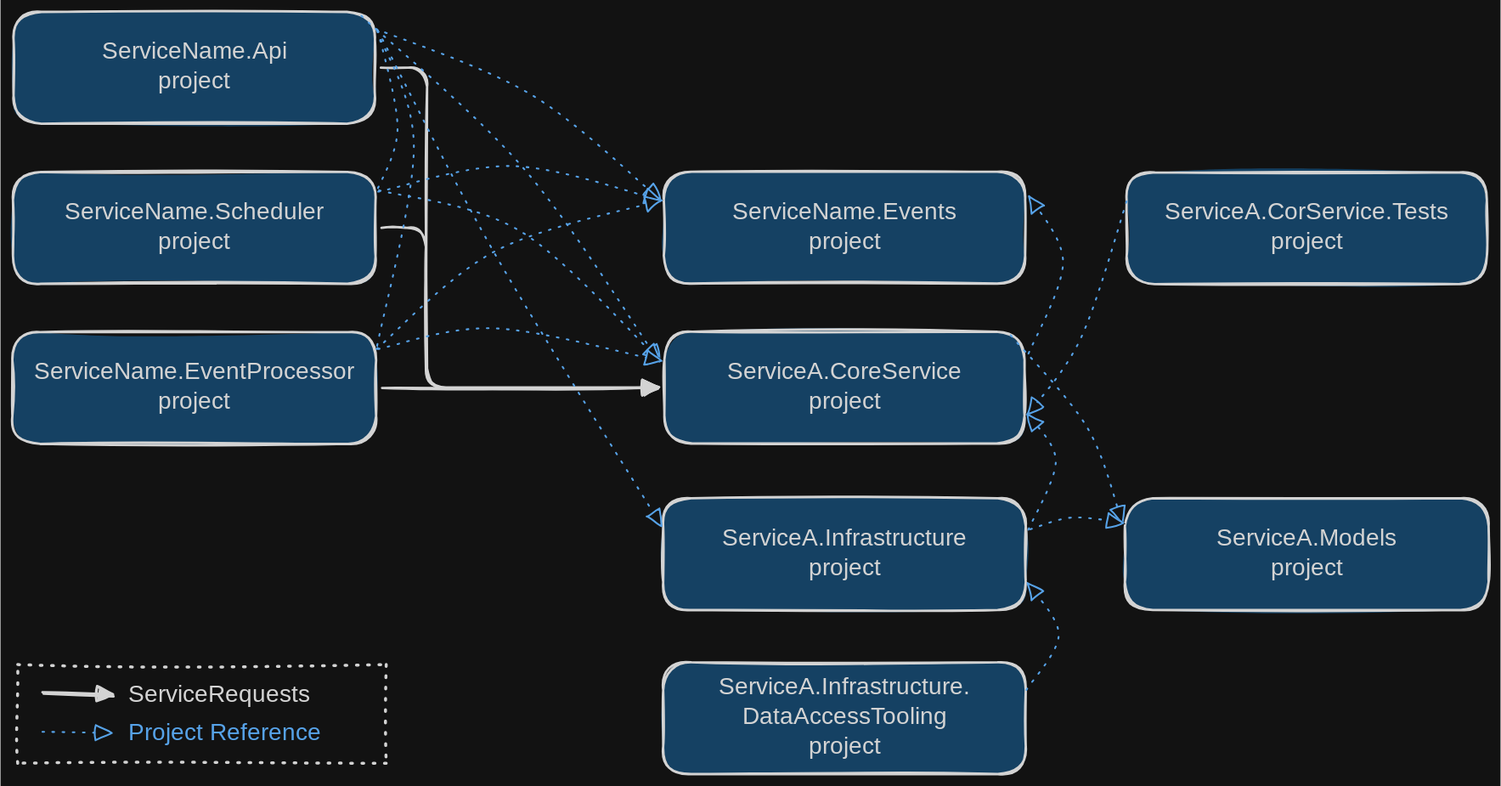
This is resources/schemas/CatServiceProjectStructure.excalidraw.svg from gmarginet/CleanArchitectureToolkit, a Excalidraw export, as it was before one commit. Source tidied: one line per element, renumbered; positions are measured from the earlier drawing's top-left corner, leaving out a move shared by most shapes.
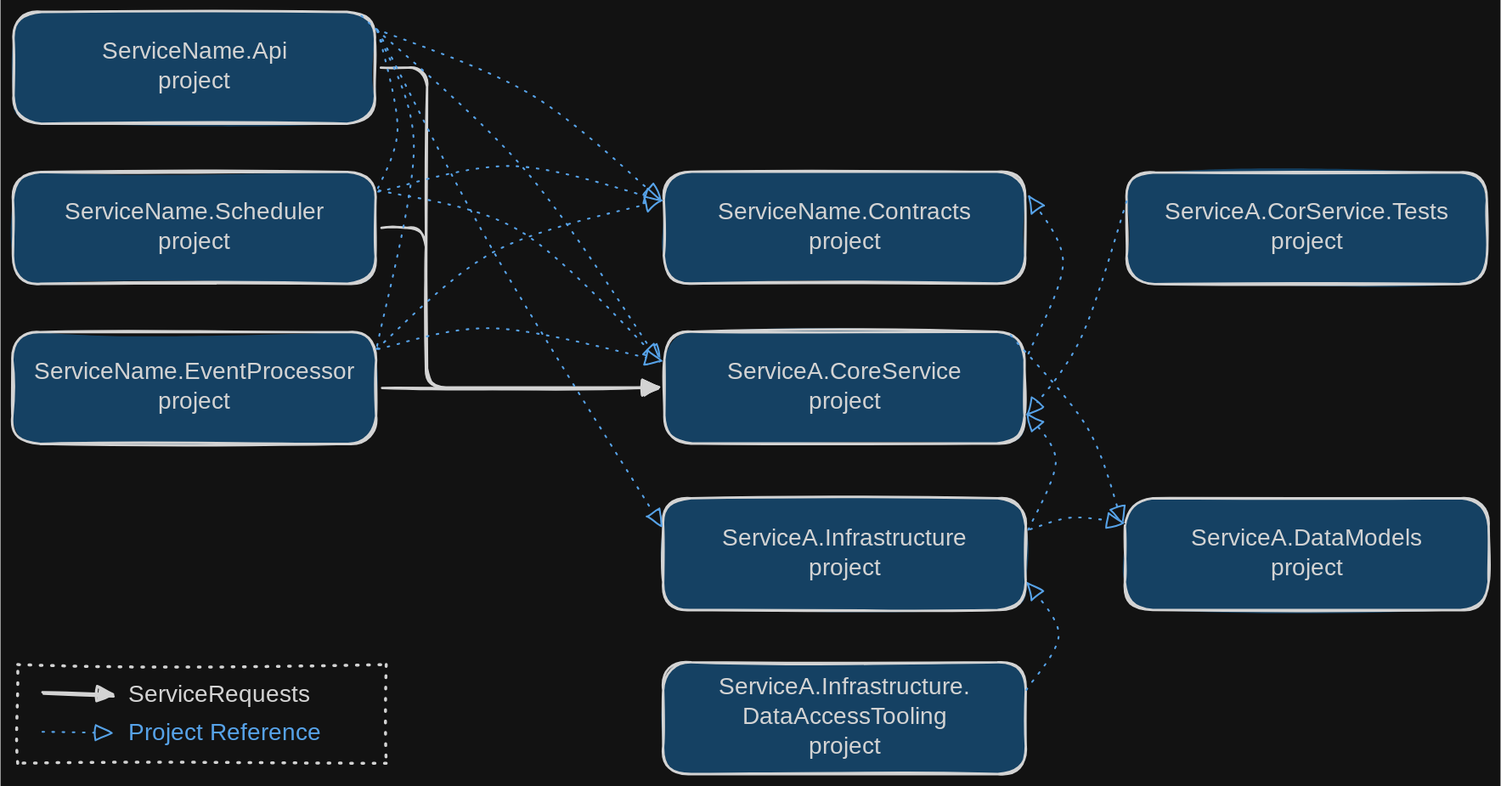
After the commit.

Diff of the diagram source:
```diff
@@ -7,11 +7,11 @@
 {"id": 6, "type": "arrow", "strokeColor": "#1e1e1e", "strokeWidth": 2, "roughness": 1, "endArrowhead": "triangle", "from": 2, "to": 4, "x": 310, "y": 47, "width": 234, "height": 269, "points": [[0, 0], [39, 0], [39, 269], [234, 269]]}
 {"id": 7, "type": "arrow", "strokeColor": "#1e1e1e", "strokeWidth": 2, "roughness": 1, "endArrowhead": "triangle", "from": 0, "to": 4, "x": 310, "y": 182, "width": 233, "height": 134, "points": [[0, 0], [37, 0], [37, 134], [233, 134]]}
 {"id": 8, "type": "rectangle", "strokeColor": "#1e1e1e", "backgroundColor": "#a5d8ff", "fillStyle": "solid", "strokeWidth": 2, "roughness": 1, "round": true, "x": 548, "y": 134, "width": 304, "height": 94}
-{"id": 9, "type": "text", "text": "ServiceName.Events\nproject", "strokeColor": "#1e1e1e", "strokeWidth": 2, "roughness": 1, "fontSize": 20, "fontFamily": 5, "textAlign": "center", "verticalAlign": "middle", "inside": 8, "x": 606, "y": 156, "width": 189, "height": 50}
+{"id": 9, "type": "text", "text": "ServiceName.Contracts\nproject", "strokeColor": "#1e1e1e", "strokeWidth": 2, "roughness": 1, "fontSize": 20, "fontFamily": 5, "textAlign": "center", "verticalAlign": "middle", "inside": 8, "x": 591, "y": 156, "width": 218, "height": 50}
 {"id": 10, "type": "rectangle", "strokeColor": "#1e1e1e", "backgroundColor": "#a5d8ff", "fillStyle": "solid", "strokeWidth": 2, "roughness": 1, "round": true, "x": 548, "y": 409, "width": 305, "height": 94}
 {"id": 11, "type": "text", "text": "ServiceA.Infrastructure\nproject", "strokeColor": "#1e1e1e", "strokeWidth": 2, "roughness": 1, "fontSize": 20, "fontFamily": 5, "textAlign": "center", "verticalAlign": "middle", "inside": 10, "x": 586, "y": 431, "width": 229, "height": 50}
 {"id": 12, "type": "rectangle", "strokeColor": "#1e1e1e", "backgroundColor": "#a5d8ff", "fillStyle": "solid", "strokeWidth": 2, "roughness": 1, "round": true, "x": 936, "y": 409, "width": 306, "height": 94}
-{"id": 13, "type": "text", "text": "ServiceA.Models\nproject", "strokeColor": "#1e1e1e", "strokeWidth": 2, "roughness": 1, "fontSize": 20, "fontFamily": 5, "textAlign": "center", "verticalAlign": "middle", "inside": 12, "x": 1013, "y": 431, "width": 152, "height": 50}
+{"id": 13, "type": "text", "text": "ServiceA.DataModels\nproject", "strokeColor": "#1e1e1e", "strokeWidth": 2, "roughness": 1, "fontSize": 20, "fontFamily": 5, "textAlign": "center", "verticalAlign": "middle", "inside": 12, "x": 988, "y": 431, "width": 202, "height": 50}
 {"id": 14, "type": "rectangle", "strokeColor": "#1e1e1e", "backgroundColor": "#a5d8ff", "fillStyle": "solid", "strokeWidth": 2, "roughness": 1, "round": true, "x": 548, "y": 547, "width": 305, "height": 94}
 {"id": 15, "type": "text", "text": "ServiceA.Infrastructure.\nDataAccessTooling\nproject", "strokeColor": "#1e1e1e", "strokeWidth": 2, "roughness": 1, "fontSize": 20, "fontFamily": 5, "textAlign": "center", "verticalAlign": "middle", "inside": 14, "x": 583, "y": 556, "width": 234, "height": 75}
 {"id": 16, "type": "rectangle", "strokeColor": "#1e1e1e", "backgroundColor": "#a5d8ff", "fillStyle": "solid", "strokeWidth": 2, "roughness": 1, "round": true, "x": 937, "y": 135, "width": 303, "height": 94}
```
